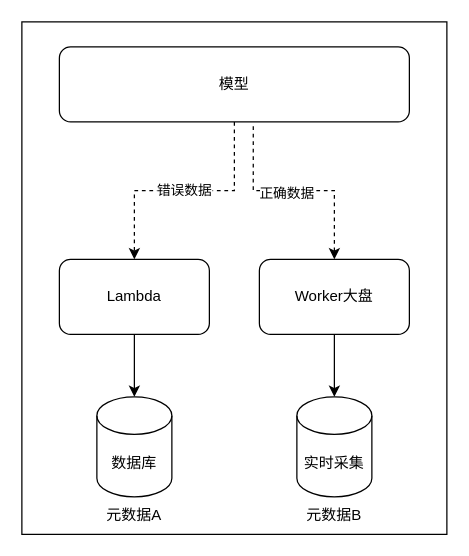
This is P1故障.drawio from labud/pictures, a draw.io file, before an edit. Source tidied: cells renumbered, new cells numbered last; positions are measured from the earlier drawing's top-left corner, leaving out a move shared by most shapes. Both pictures are drawn from the tidied source at 125%, with x=0, y=0 at pixel (21, 21).
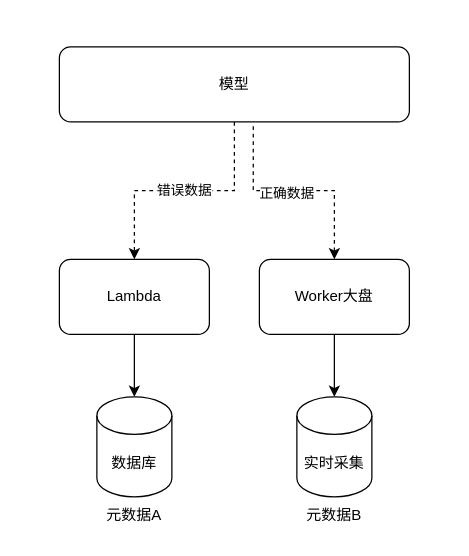
Above is the later version.

Diff of the diagram source:
```diff
@@
 <mxGraphModel>
   <root>
     <mxCell id="0" />
     <mxCell id="1" parent="0" />
-    <mxCell id="2" style="rounded=0;whiteSpace=wrap;html=1;" parent="1" vertex="1">
-      <mxGeometry width="340" height="410" as="geometry" />
-    </mxCell>
     <mxCell id="3" value="Lambda" style="rounded=1;whiteSpace=wrap;html=1;" parent="1" vertex="1">
       <mxGeometry x="30" y="190" width="120" height="60" as="geometry" />
     </mxCell>
     <mxCell id="4" value="Worker大盘" style="rounded=1;whiteSpace=wrap;html=1;" parent="1" vertex="1">
       <mxGeometry x="190" y="190" width="120" height="60" as="geometry" />
     </mxCell>
     <mxCell id="5" value="数据库" style="shape=cylinder3;whiteSpace=wrap;html=1;boundedLbl=1;backgroundOutline=1;size=15;" parent="1" vertex="1">
       <mxGeometry x="60" y="300" width="60" height="80" as="geometry" />
     </mxCell>
     <mxCell id="6" value="&lt;div&gt;实时采集&lt;/div&gt;" style="shape=cylinder3;whiteSpace=wrap;html=1;boundedLbl=1;backgroundOutline=1;size=15;" parent="1" vertex="1">
       <mxGeometry x="220" y="300" width="60" height="80" as="geometry" />
     </mxCell>
     <mxCell id="7" style="endArrow=classic;html=1;rounded=0;exitX=0.5;exitY=1;exitDx=0;exitDy=0;" parent="1" edge="1" source="3" target="5">
       <mxGeometry relative="1" as="geometry" />
     </mxCell>
     <mxCell id="8" style="endArrow=classic;html=1;rounded=0;exitX=0.5;exitY=1;exitDx=0;exitDy=0;" parent="1" edge="1" source="4" target="6">
       <mxGeometry relative="1" as="geometry" />
     </mxCell>
     <mxCell id="9" value="错误数据" style="edgeStyle=orthogonalEdgeStyle;rounded=0;jettySize=auto;html=1;dashed=1;" parent="1" edge="1" source="10" target="3">
       <mxGeometry relative="1" as="geometry" />
     </mxCell>
     <mxCell id="10" value="模型" style="rounded=1;whiteSpace=wrap;html=1;" parent="1" vertex="1">
       <mxGeometry x="30" y="20" width="280" height="60" as="geometry" />
     </mxCell>
     <mxCell id="11" value="元数据A" style="text;html=1;align=center;verticalAlign=middle;whiteSpace=wrap;rounded=0;" parent="1" vertex="1">
       <mxGeometry x="60" y="380" width="60" height="30" as="geometry" />
     </mxCell>
     <mxCell id="12" value="元数据B" style="text;html=1;align=center;verticalAlign=middle;whiteSpace=wrap;rounded=0;" parent="1" vertex="1">
       <mxGeometry x="220" y="380" width="60" height="30" as="geometry" />
     </mxCell>
     <mxCell id="13" style="edgeStyle=orthogonalEdgeStyle;rounded=0;jettySize=auto;html=1;dashed=1;exitX=0.554;exitY=1.058;exitDx=0;exitDy=0;exitPerimeter=0;" parent="1" edge="1" source="10" target="4">
       <mxGeometry relative="1" as="geometry" />
     </mxCell>
     <mxCell id="14" value="正确数据" style="edgeLabel;html=1;align=center;verticalAlign=middle;" parent="13" vertex="1">
       <mxGeometry x="-0.09" relative="1" as="geometry">
         <mxPoint y="1" as="offset" />
       </mxGeometry>
     </mxCell>
   </root>
 </mxGraphModel>
```
